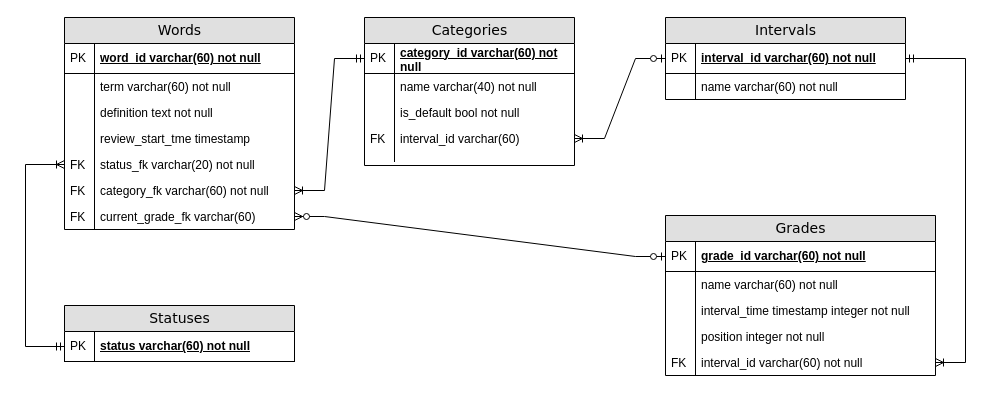
AndriyBarskyi/PE_Project_2022 keeps this draw.io diagram as Documentation/Діаграма.drawio. Above is the earlier version. Source tidied: cells renumbered, new cells numbered last; positions are measured from the earlier drawing's top-left corner, leaving out a move shared by most shapes. Both pictures are drawn from the tidied source at 100%, with x=0, y=0 at pixel (25, 17).
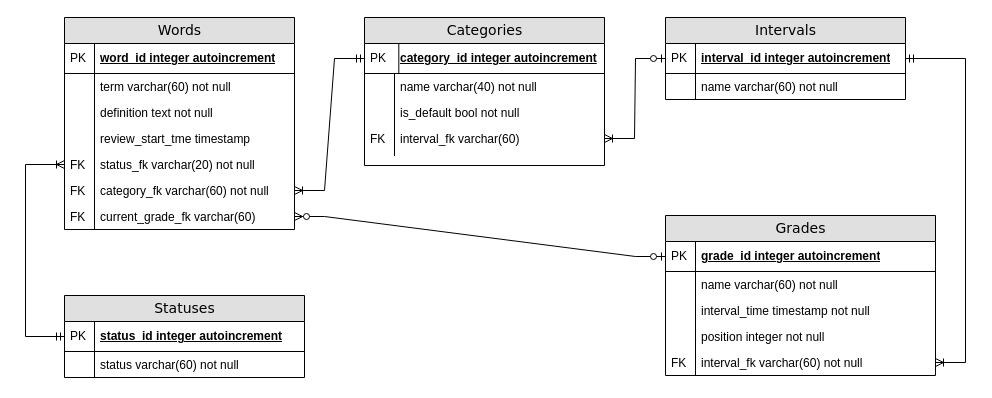
The same diagram, later.

Unchanged cells that the change refers to:
```xml
<mxCell id="2" value="Words" style="swimlane;html=1;fontStyle=0;horizontal=1;startSize=26;fillColor=#e0e0e0;swimlaneFillColor=#ffffff;align=center;rounded=0;shadow=0;comic=0;labelBackgroundColor=none;strokeWidth=1;fontFamily=Verdana;fontSize=14;" parent="1" vertex="1">
  <mxGeometry x="39" width="230" height="212" as="geometry" />
</mxCell>
<mxCell id="11" value="status_fk varchar(20) not null" style="shape=partialRectangle;top=0;left=0;right=0;bottom=0;html=1;align=left;verticalAlign=top;fillColor=none;spacingLeft=34;spacingRight=4;whiteSpace=wrap;overflow=hidden;points=[[0,0.5],[1,0.5]];portConstraint=eastwest;" parent="2" vertex="1">
  <mxGeometry y="134" width="230" height="26" as="geometry" />
</mxCell>
<mxCell id="28" value="Intervals" style="swimlane;html=1;fontStyle=0;horizontal=1;startSize=26;fillColor=#e0e0e0;swimlaneFillColor=#ffffff;align=center;rounded=0;shadow=0;comic=0;labelBackgroundColor=none;strokeWidth=1;fontFamily=Verdana;fontSize=14;" parent="1" vertex="1">
  <mxGeometry x="640" width="240" height="82" as="geometry" />
</mxCell>
<mxCell id="33" value="Grades" style="swimlane;html=1;fontStyle=0;horizontal=1;startSize=26;fillColor=#e0e0e0;swimlaneFillColor=#ffffff;align=center;rounded=0;shadow=0;comic=0;labelBackgroundColor=none;strokeWidth=1;fontFamily=Verdana;fontSize=14;" parent="1" vertex="1">
  <mxGeometry x="640" y="198" width="270" height="160" as="geometry" />
</mxCell>
```

What changed in the source:
```diff
@@
-    <mxCell id="3" value="word_id varchar(60) not null" style="shape=partialRectangle;top=0;left=0;right=0;bottom=1;html=1;align=left;verticalAlign=middle;fillColor=none;spacingLeft=34;spacingRight=4;whiteSpace=wrap;overflow=hidden;fontStyle=5;" parent="2" vertex="1">
+    <mxCell id="3" value="word_id integer autoincrement " style="shape=partialRectangle;top=0;left=0;right=0;bottom=1;html=1;align=left;verticalAlign=middle;fillColor=none;spacingLeft=34;spacingRight=4;whiteSpace=wrap;overflow=hidden;fontStyle=5;" parent="2" vertex="1">
       <mxGeometry y="26" width="230" height="30" as="geometry" />
     </mxCell>
@@
     <mxCell id="17" value="Categories" style="swimlane;html=1;fontStyle=0;horizontal=1;startSize=26;fillColor=#e0e0e0;swimlaneFillColor=#ffffff;align=center;rounded=0;shadow=0;comic=0;labelBackgroundColor=none;strokeWidth=1;fontFamily=Verdana;fontSize=14;" parent="1" vertex="1">
-      <mxGeometry x="339" width="210" height="148" as="geometry" />
+      <mxGeometry x="339" width="240" height="148" as="geometry" />
     </mxCell>
-    <mxCell id="18" value="category_id varchar(60) not null" style="shape=partialRectangle;top=0;left=0;right=0;bottom=1;html=1;align=left;verticalAlign=middle;fillColor=none;spacingLeft=34;spacingRight=4;whiteSpace=wrap;overflow=hidden;points=[[0,0.5],[1,0.5]];portConstraint=eastwest;fontStyle=5;" parent="17" vertex="1">
-      <mxGeometry y="26" width="210" height="30" as="geometry" />
+    <mxCell id="18" value="category_id integer autoincrement" style="shape=partialRectangle;top=0;left=0;right=0;bottom=1;html=1;align=left;verticalAlign=middle;fillColor=none;spacingLeft=34;spacingRight=4;whiteSpace=wrap;overflow=hidden;points=[[0,0.5],[1,0.5]];portConstraint=eastwest;fontStyle=5;" parent="17" vertex="1">
+      <mxGeometry y="26" width="240" height="30" as="geometry" />
     </mxCell>
     <mxCell id="19" value="PK" style="shape=partialRectangle;top=0;left=0;bottom=0;html=1;fillColor=none;align=left;verticalAlign=middle;spacingLeft=4;spacingRight=4;whiteSpace=wrap;overflow=hidden;" parent="18" vertex="1">
-      <mxGeometry width="30" height="30" as="geometry" />
+      <mxGeometry width="34.3" height="30" as="geometry" />
     </mxCell>
     <mxCell id="20" value="name varchar(40) not null" style="shape=partialRectangle;top=0;left=0;right=0;bottom=0;html=1;align=left;verticalAlign=top;fillColor=none;spacingLeft=34;spacingRight=4;whiteSpace=wrap;overflow=hidden;" parent="17" vertex="1">
-      <mxGeometry y="56" width="210" height="26" as="geometry" />
+      <mxGeometry y="56" width="240" height="26" as="geometry" />
     </mxCell>
@@
     <mxCell id="22" value="is_default bool not null" style="shape=partialRectangle;top=0;left=0;right=0;bottom=0;html=1;align=left;verticalAlign=top;fillColor=none;spacingLeft=34;spacingRight=4;whiteSpace=wrap;overflow=hidden;" parent="17" vertex="1">
-      <mxGeometry y="82" width="210" height="26" as="geometry" />
+      <mxGeometry y="82" width="240" height="26" as="geometry" />
     </mxCell>
@@
-    <mxCell id="24" value="&lt;div&gt;interval_id varchar(60)&lt;/div&gt;" style="shape=partialRectangle;top=0;left=0;right=0;bottom=0;html=1;align=left;verticalAlign=top;fillColor=none;spacingLeft=34;spacingRight=4;whiteSpace=wrap;overflow=hidden;points=[[0,0.5],[1,0.5]];portConstraint=eastwest;" parent="17" vertex="1">
-      <mxGeometry y="108" width="210" height="26" as="geometry" />
+    <mxCell id="24" value="&lt;div&gt;interval_fk varchar(60)&lt;/div&gt;" style="shape=partialRectangle;top=0;left=0;right=0;bottom=0;html=1;align=left;verticalAlign=top;fillColor=none;spacingLeft=34;spacingRight=4;whiteSpace=wrap;overflow=hidden;points=[[0,0.5],[1,0.5]];portConstraint=eastwest;" parent="17" vertex="1">
+      <mxGeometry y="108" width="240" height="26" as="geometry" />
     </mxCell>
@@
     <mxCell id="26" style="shape=partialRectangle;top=0;left=0;right=0;bottom=0;html=1;align=left;verticalAlign=top;fillColor=none;spacingLeft=34;spacingRight=4;whiteSpace=wrap;overflow=hidden;" parent="17" vertex="1">
-      <mxGeometry y="134" width="210" height="10" as="geometry" />
+      <mxGeometry y="134" width="240" height="4" as="geometry" />
     </mxCell>
     <mxCell id="27" style="shape=partialRectangle;top=0;left=0;bottom=0;html=1;fillColor=none;align=left;verticalAlign=top;spacingLeft=4;spacingRight=4;whiteSpace=wrap;overflow=hidden;" parent="26" vertex="1">
-      <mxGeometry width="30" height="10" as="geometry" />
+      <mxGeometry width="30" height="4" as="geometry" />
     </mxCell>
@@
-    <mxCell id="29" value="interval_id varchar(60) not null" style="shape=partialRectangle;top=0;left=0;right=0;bottom=1;html=1;align=left;verticalAlign=middle;fillColor=none;spacingLeft=34;spacingRight=4;whiteSpace=wrap;overflow=hidden;points=[[0,0.5],[1,0.5]];portConstraint=eastwest;fontStyle=5;" parent="28" vertex="1">
+    <mxCell id="29" value="interval_id integer autoincrement" style="shape=partialRectangle;top=0;left=0;right=0;bottom=1;html=1;align=left;verticalAlign=middle;fillColor=none;spacingLeft=34;spacingRight=4;whiteSpace=wrap;overflow=hidden;points=[[0,0.5],[1,0.5]];portConstraint=eastwest;fontStyle=5;" parent="28" vertex="1">
       <mxGeometry y="26" width="240" height="30" as="geometry" />
     </mxCell>
@@
-    <mxCell id="34" value="grade_id varchar(60) not null" style="shape=partialRectangle;top=0;left=0;right=0;bottom=1;html=1;align=left;verticalAlign=middle;fillColor=none;spacingLeft=34;spacingRight=4;whiteSpace=wrap;overflow=hidden;points=[[0,0.5],[1,0.5]];portConstraint=eastwest;fontStyle=5;" parent="33" vertex="1">
+    <mxCell id="34" value="grade_id integer autoincrement" style="shape=partialRectangle;top=0;left=0;right=0;bottom=1;html=1;align=left;verticalAlign=middle;fillColor=none;spacingLeft=34;spacingRight=4;whiteSpace=wrap;overflow=hidden;points=[[0,0.5],[1,0.5]];portConstraint=eastwest;fontStyle=5;" parent="33" vertex="1">
       <mxGeometry y="26" width="270" height="30" as="geometry" />
     </mxCell>
@@
-    <mxCell id="38" value="interval_time timestamp integer not null" style="shape=partialRectangle;top=0;left=0;right=0;bottom=0;html=1;align=left;verticalAlign=top;fillColor=none;spacingLeft=34;spacingRight=4;whiteSpace=wrap;overflow=hidden;" parent="33" vertex="1">
+    <mxCell id="38" value="interval_time timestamp not null" style="shape=partialRectangle;top=0;left=0;right=0;bottom=0;html=1;align=left;verticalAlign=top;fillColor=none;spacingLeft=34;spacingRight=4;whiteSpace=wrap;overflow=hidden;" parent="33" vertex="1">
       <mxGeometry y="82" width="270" height="26" as="geometry" />
     </mxCell>
@@
-    <mxCell id="42" value="interval_id varchar(60) not null" style="shape=partialRectangle;top=0;left=0;right=0;bottom=0;html=1;align=left;verticalAlign=top;fillColor=none;spacingLeft=34;spacingRight=4;whiteSpace=wrap;overflow=hidden;points=[[0,0.5],[1,0.5]];portConstraint=eastwest;" parent="33" vertex="1">
+    <mxCell id="42" value="interval_fk varchar(60) not null" style="shape=partialRectangle;top=0;left=0;right=0;bottom=0;html=1;align=left;verticalAlign=top;fillColor=none;spacingLeft=34;spacingRight=4;whiteSpace=wrap;overflow=hidden;points=[[0,0.5],[1,0.5]];portConstraint=eastwest;" parent="33" vertex="1">
       <mxGeometry y="134" width="270" height="26" as="geometry" />
     </mxCell>
@@
+    <mxCell id="51" style="edgeStyle=elbowEdgeStyle;fontSize=12;html=1;endArrow=ERoneToMany;startArrow=ERmandOne;rounded=0;entryX=0;entryY=0.5;entryDx=0;entryDy=0;exitX=0;exitY=0.5;exitDx=0;exitDy=0;" parent="1" edge="1" source="52" target="11">
+      <mxGeometry relative="1" as="geometry">
+        <Array as="points">
+          <mxPoint y="228" />
+        </Array>
+      </mxGeometry>
+    </mxCell>
     <mxCell id="48" value="Statuses" style="swimlane;html=1;fontStyle=0;horizontal=1;startSize=26;fillColor=#e0e0e0;swimlaneFillColor=#ffffff;align=center;rounded=0;shadow=0;comic=0;labelBackgroundColor=none;strokeWidth=1;fontFamily=Verdana;fontSize=14;" parent="1" vertex="1">
-      <mxGeometry x="39" y="288" width="230" height="56" as="geometry" />
+      <mxGeometry x="39" y="278" width="240" height="82" as="geometry" />
     </mxCell>
+    <mxCell id="52" value="status_id integer autoincrement" style="shape=partialRectangle;top=0;left=0;right=0;bottom=1;html=1;align=left;verticalAlign=middle;fillColor=none;spacingLeft=34;spacingRight=4;whiteSpace=wrap;overflow=hidden;points=[[0,0.5],[1,0.5]];portConstraint=eastwest;fontStyle=5;" parent="48" vertex="1">
+      <mxGeometry y="26" width="240" height="30" as="geometry" />
+    </mxCell>
+    <mxCell id="50" value="PK" style="shape=partialRectangle;top=0;left=0;bottom=0;html=1;fillColor=none;align=left;verticalAlign=middle;spacingLeft=4;spacingRight=4;whiteSpace=wrap;overflow=hidden;" parent="52" vertex="1">
+      <mxGeometry width="30" height="30" as="geometry" />
+    </mxCell>
-    <mxCell id="49" value="status varchar(60) not null" style="shape=partialRectangle;top=0;left=0;right=0;bottom=1;html=1;align=left;verticalAlign=middle;fillColor=none;spacingLeft=34;spacingRight=4;whiteSpace=wrap;overflow=hidden;points=[[0,0.5],[1,0.5]];portConstraint=eastwest;fontStyle=5;" parent="48" vertex="1">
-      <mxGeometry y="26" width="230" height="30" as="geometry" />
+    <mxCell id="49" value="status varchar(60) not null" style="shape=partialRectangle;top=0;left=0;right=0;bottom=0;html=1;align=left;verticalAlign=top;fillColor=none;spacingLeft=34;spacingRight=4;whiteSpace=wrap;overflow=hidden;points=[[0,0.5],[1,0.5]];portConstraint=eastwest;" parent="48" vertex="1">
+      <mxGeometry y="56" width="240" height="26" as="geometry" />
     </mxCell>
-    <mxCell id="50" value="PK" style="shape=partialRectangle;top=0;left=0;bottom=0;html=1;fillColor=none;align=left;verticalAlign=middle;spacingLeft=4;spacingRight=4;whiteSpace=wrap;overflow=hidden;" parent="49" vertex="1">
-      <mxGeometry width="30" height="30" as="geometry" />
-    </mxCell>
-    <mxCell id="51" style="edgeStyle=elbowEdgeStyle;fontSize=12;html=1;endArrow=ERoneToMany;startArrow=ERmandOne;rounded=0;exitX=0;exitY=0.5;exitDx=0;exitDy=0;entryX=0;entryY=0.5;entryDx=0;entryDy=0;" parent="1" edge="1" source="49" target="11">
-      <mxGeometry relative="1" as="geometry">
-        <Array as="points">
-          <mxPoint y="228" />
-        </Array>
-      </mxGeometry>
-    </mxCell>
+    <mxCell id="53" style="shape=partialRectangle;top=0;left=0;bottom=0;html=1;fillColor=none;align=left;verticalAlign=top;spacingLeft=4;spacingRight=4;whiteSpace=wrap;overflow=hidden;" parent="49" vertex="1">
+      <mxGeometry width="30" height="26" as="geometry" />
+    </mxCell>
```
